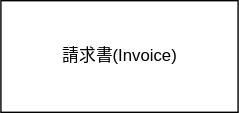
Above: doc/domain-model.svg in hohodove/invoice-app-backend (draw.io), before the change. Source tidied: cells renumbered, new cells last; positions are measured from the earlier drawing's top-left corner, leaving out a move shared by most shapes. Its diagram source:
```xml
<mxGraphModel>
  <root>
    <mxCell id="0" />
    <mxCell id="1" parent="0" />
    <mxCell id="2" value="請求書(Invoice)" style="html=1;" parent="1" vertex="1">
      <mxGeometry width="170" height="80" as="geometry" />
    </mxCell>
  </root>
</mxGraphModel>
```
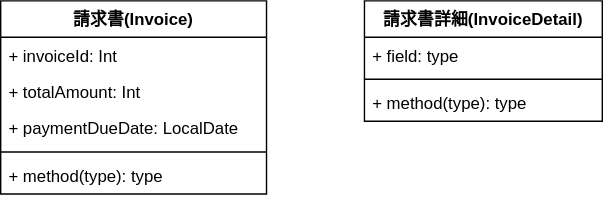
The same file after the commit.

Change to the diagram source:
```diff
@@ -2,8 +2,35 @@
   <root>
     <mxCell id="0" />
     <mxCell id="1" parent="0" />
-    <mxCell id="2" value="請求書(Invoice)" style="html=1;" parent="1" vertex="1">
-      <mxGeometry width="170" height="80" as="geometry" />
+    <mxCell id="2" value="請求書(Invoice)" style="swimlane;fontStyle=1;align=center;verticalAlign=top;horizontal=1;startSize=26;" parent="1" vertex="1">
+      <mxGeometry width="190" height="138" as="geometry" />
     </mxCell>
+    <mxCell id="3" value="+ invoiceId: Int" style="text;strokeColor=none;fillColor=none;align=left;verticalAlign=top;spacingLeft=4;spacingRight=4;overflow=hidden;" parent="2" vertex="1">
+      <mxGeometry y="26" width="190" height="26" as="geometry" />
+    </mxCell>
+    <mxCell id="4" value="+ totalAmount: Int" style="text;strokeColor=none;fillColor=none;align=left;verticalAlign=top;spacingLeft=4;spacingRight=4;overflow=hidden;" parent="2" vertex="1">
+      <mxGeometry y="52" width="190" height="26" as="geometry" />
+    </mxCell>
+    <mxCell id="5" value="+ paymentDueDate: LocalDate" style="text;strokeColor=none;fillColor=none;align=left;verticalAlign=top;spacingLeft=4;spacingRight=4;overflow=hidden;" parent="2" vertex="1">
+      <mxGeometry y="78" width="190" height="26" as="geometry" />
+    </mxCell>
+    <mxCell id="6" style="line;strokeWidth=1;fillColor=none;align=left;verticalAlign=middle;spacingTop=-1;spacingLeft=3;spacingRight=3;labelPosition=right;" parent="2" vertex="1">
+      <mxGeometry y="104" width="190" height="8" as="geometry" />
+    </mxCell>
+    <mxCell id="7" value="+ method(type): type" style="text;strokeColor=none;fillColor=none;align=left;verticalAlign=top;spacingLeft=4;spacingRight=4;overflow=hidden;" parent="2" vertex="1">
+      <mxGeometry y="112" width="190" height="26" as="geometry" />
+    </mxCell>
+    <mxCell id="8" value="請求書詳細(InvoiceDetail)" style="swimlane;fontStyle=1;align=center;verticalAlign=top;horizontal=1;startSize=26;" parent="1" vertex="1">
+      <mxGeometry x="260" width="170" height="86" as="geometry" />
+    </mxCell>
+    <mxCell id="9" value="+ field: type" style="text;strokeColor=none;fillColor=none;align=left;verticalAlign=top;spacingLeft=4;spacingRight=4;overflow=hidden;" parent="8" vertex="1">
+      <mxGeometry y="26" width="170" height="26" as="geometry" />
+    </mxCell>
+    <mxCell id="10" style="line;strokeWidth=1;fillColor=none;align=left;verticalAlign=middle;spacingTop=-1;spacingLeft=3;spacingRight=3;labelPosition=right;" parent="8" vertex="1">
+      <mxGeometry y="52" width="170" height="8" as="geometry" />
+    </mxCell>
+    <mxCell id="11" value="+ method(type): type" style="text;strokeColor=none;fillColor=none;align=left;verticalAlign=top;spacingLeft=4;spacingRight=4;overflow=hidden;" parent="8" vertex="1">
+      <mxGeometry y="60" width="170" height="26" as="geometry" />
+    </mxCell>
   </root>
 </mxGraphModel>
```
